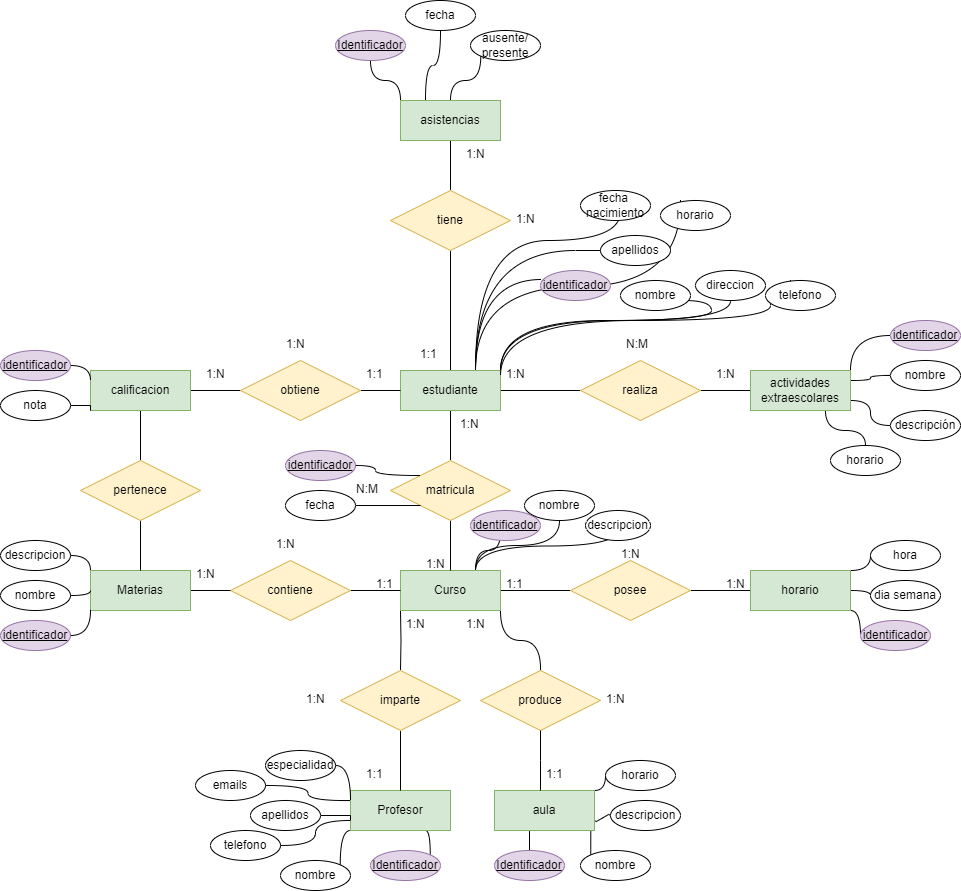
Above: Unidad-1/Tareas/Tarea-8/tarea8.drawio.png in jdrguez/2-Daw (draw.io), before the change. Source tidied: cells renumbered, new cells last; positions are measured from the earlier drawing's top-left corner, leaving out a move shared by most shapes.
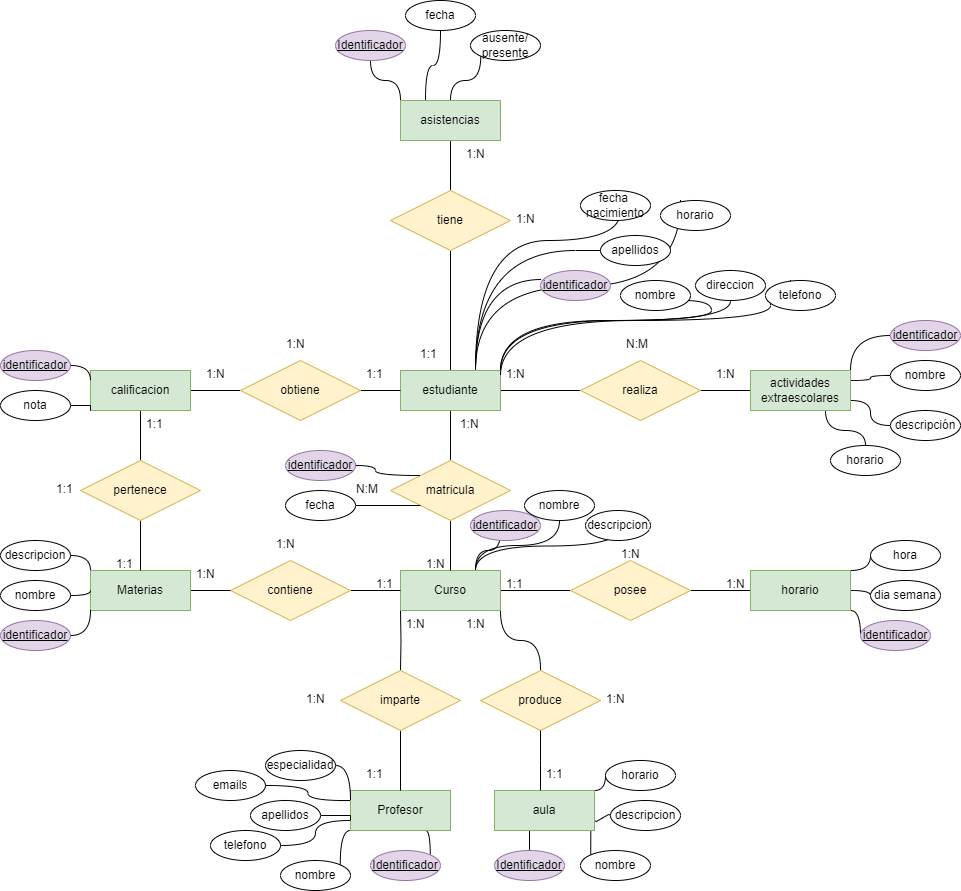
After the change.

Diff of the diagram source:
```diff
@@ -452,5 +452,14 @@
     <mxCell id="135" value="descripcion" style="ellipse;whiteSpace=wrap;html=1;align=center;" parent="1" vertex="1">
       <mxGeometry x="585" y="510" width="65" height="30" as="geometry" />
     </mxCell>
+    <mxCell id="136" value="1:1" style="text;strokeColor=none;fillColor=none;spacingLeft=4;spacingRight=4;overflow=hidden;fontSize=12;whiteSpace=wrap;html=1;" parent="1" vertex="1">
+      <mxGeometry x="110" y="550" width="40" height="30" as="geometry" />
+    </mxCell>
+    <mxCell id="137" value="1:1" style="text;strokeColor=none;fillColor=none;spacingLeft=4;spacingRight=4;overflow=hidden;fontSize=12;whiteSpace=wrap;html=1;" parent="1" vertex="1">
+      <mxGeometry x="140" y="410" width="40" height="30" as="geometry" />
+    </mxCell>
+    <mxCell id="138" value="1:1" style="text;strokeColor=none;fillColor=none;spacingLeft=4;spacingRight=4;overflow=hidden;fontSize=12;whiteSpace=wrap;html=1;" parent="1" vertex="1">
+      <mxGeometry x="50" y="475" width="40" height="30" as="geometry" />
+    </mxCell>
   </root>
 </mxGraphModel>
```
